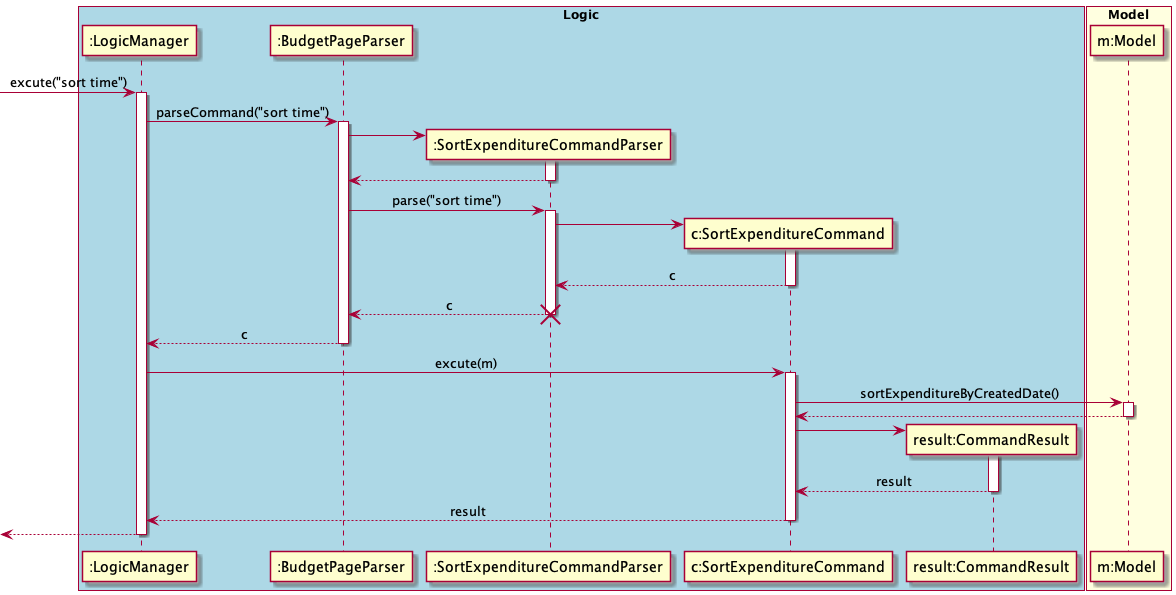
Before: docs/diagrams/commandsPlantUML/diagram/SortExpenditureCommand.png, a diagram exported from PlantUML (yu-ming-chen/tp).
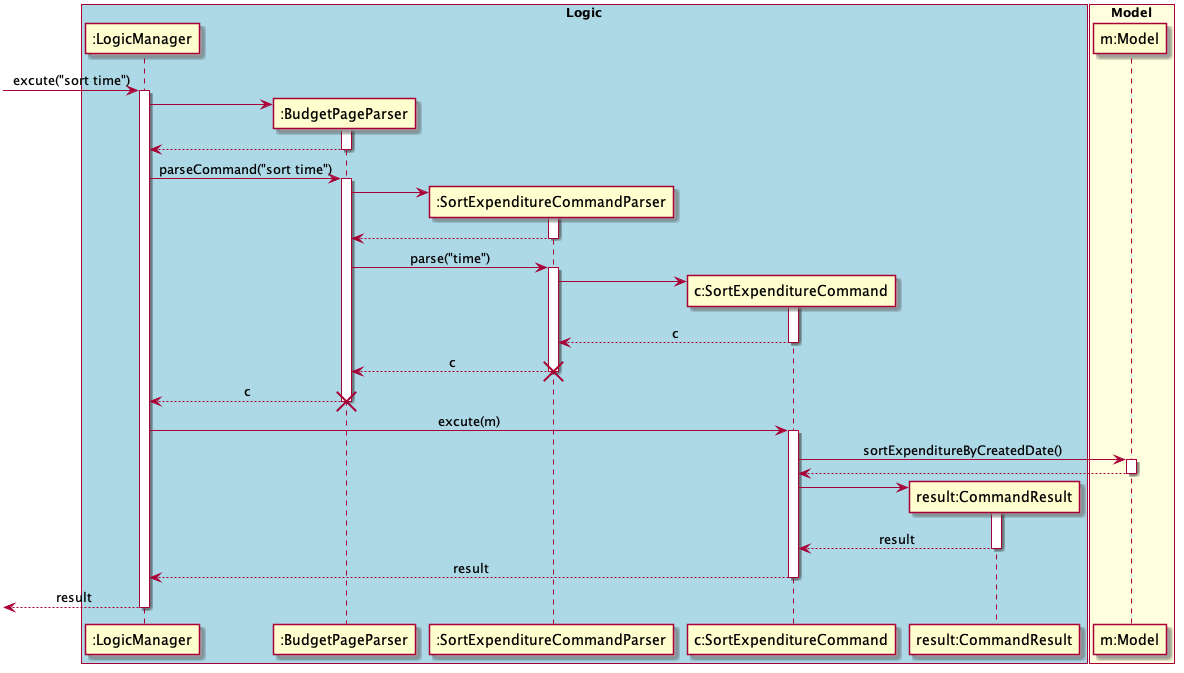
The same file after the commit.

What changed in the source:
```diff
@@ -17,6 +17,11 @@
 
 [-> LM : excute("sort time")
 activate LM
+create BPP
+LM -> BPP
+activate BPP
+LM <-- BPP
+deactivate BPP
 LM -> BPP : parseCommand("sort time")
 activate BPP
 
@@ -25,7 +30,7 @@
 activate SECP
 BPP <-- SECP
 deactivate SECP
-BPP -> SECP : parse("sort time")
+BPP -> SECP : parse("time")
 activate SECP
 
 create SEC
@@ -39,6 +44,7 @@
 deactivate SECP
 LM <-- BPP : c
 deactivate BPP
+destroy BPP
 
 
 LM -> SEC: excute(m)
@@ -56,8 +62,7 @@
 
 LM <-- SEC: result
 deactivate SEC
-[<-- LM
+[<-- LM: result
 deactivate LM
 
-
 @enduml
```
